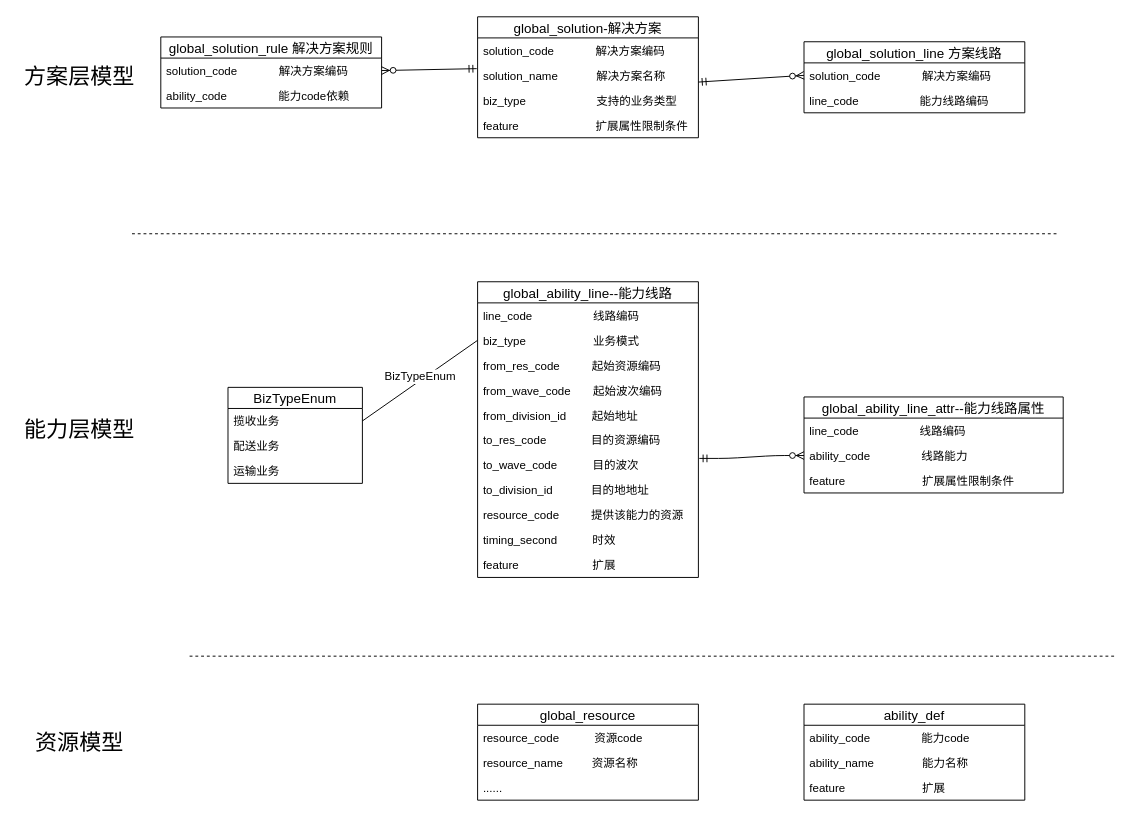
The draw.io diagram lazada-能力层.drawio in shaonianwu/cainiao, before the edit. Source tidied: cells renumbered, new cells numbered last; positions are measured from the earlier drawing's top-left corner, leaving out a move shared by most shapes. Both pictures are drawn from the tidied source at 96%, with x=0, y=0 at pixel (16, 16).
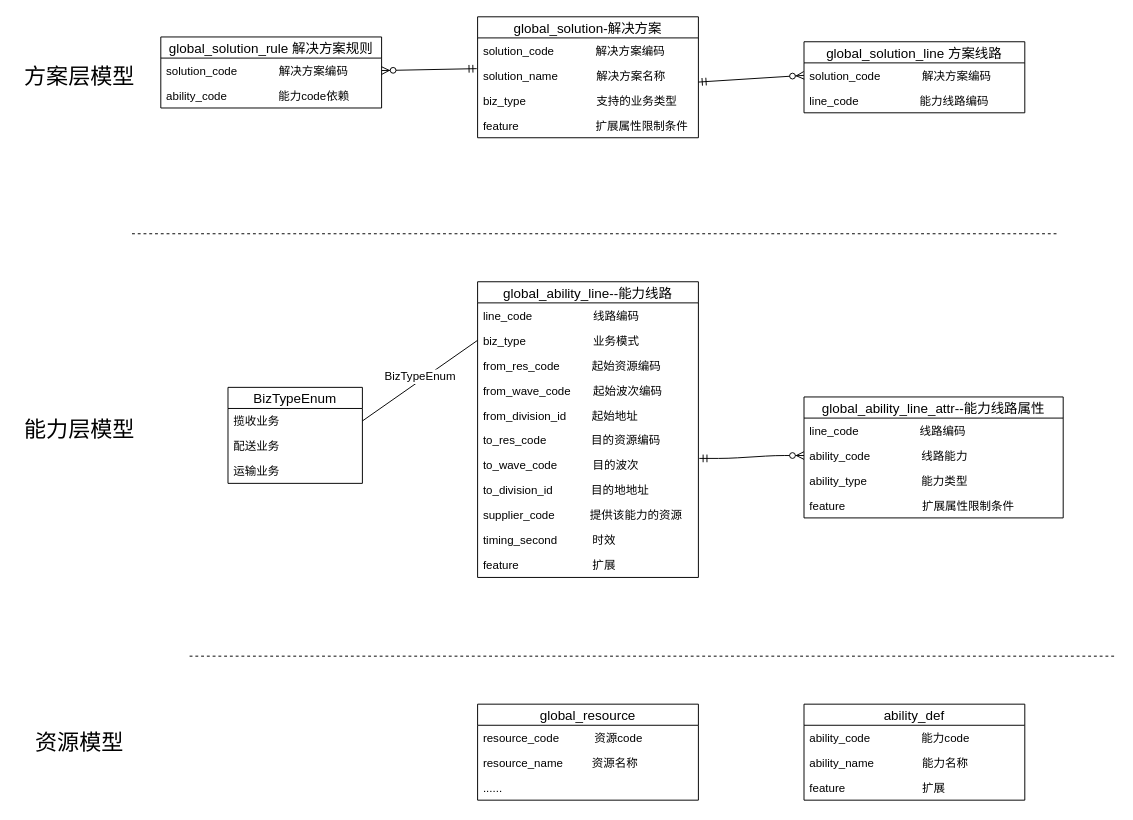
The same diagram, later.

Unchanged cells that the change refers to:
```xml
<mxCell id="2" value="global_ability_line--能力线路" style="swimlane;fontStyle=0;horizontal=1;startSize=22;fillColor=none;swimlaneFillColor=#ffffff;align=center;fontSize=14;" parent="1" vertex="1">
  <mxGeometry x="480" y="276" width="230" height="308" as="geometry" />
</mxCell>
```

Diff of the diagram source:
```diff
@@
-    <mxCell id="11" value="resource_code          提供该能力的资源" style="text;strokeColor=none;fillColor=none;spacingLeft=4;spacingRight=4;overflow=hidden;fontSize=12;" parent="2" vertex="1">
+    <mxCell id="11" value="supplier_code           提供该能力的资源" style="text;strokeColor=none;fillColor=none;spacingLeft=4;spacingRight=4;overflow=hidden;fontSize=12;" parent="2" vertex="1">
       <mxGeometry y="230" width="230" height="26" as="geometry" />
     </mxCell>
@@
     <mxCell id="14" value="global_ability_line_attr--能力线路属性" style="swimlane;fontStyle=0;horizontal=1;startSize=22;fillColor=none;swimlaneFillColor=#ffffff;align=center;fontSize=14;" parent="1" vertex="1">
-      <mxGeometry x="820" y="396" width="270" height="100" as="geometry" />
+      <mxGeometry x="820" y="396" width="270" height="126" as="geometry" />
     </mxCell>
@@
+    <mxCell id="51" value="ability_type                 能力类型" style="text;strokeColor=none;fillColor=none;spacingLeft=4;spacingRight=4;overflow=hidden;fontSize=12;" parent="14" vertex="1">
+      <mxGeometry y="74" width="270" height="26" as="geometry" />
+    </mxCell>
     <mxCell id="17" value="feature                        扩展属性限制条件" style="text;strokeColor=none;fillColor=none;spacingLeft=4;spacingRight=4;overflow=hidden;fontSize=12;" parent="14" vertex="1">
-      <mxGeometry y="74" width="270" height="26" as="geometry" />
+      <mxGeometry y="100" width="270" height="26" as="geometry" />
     </mxCell>
```
